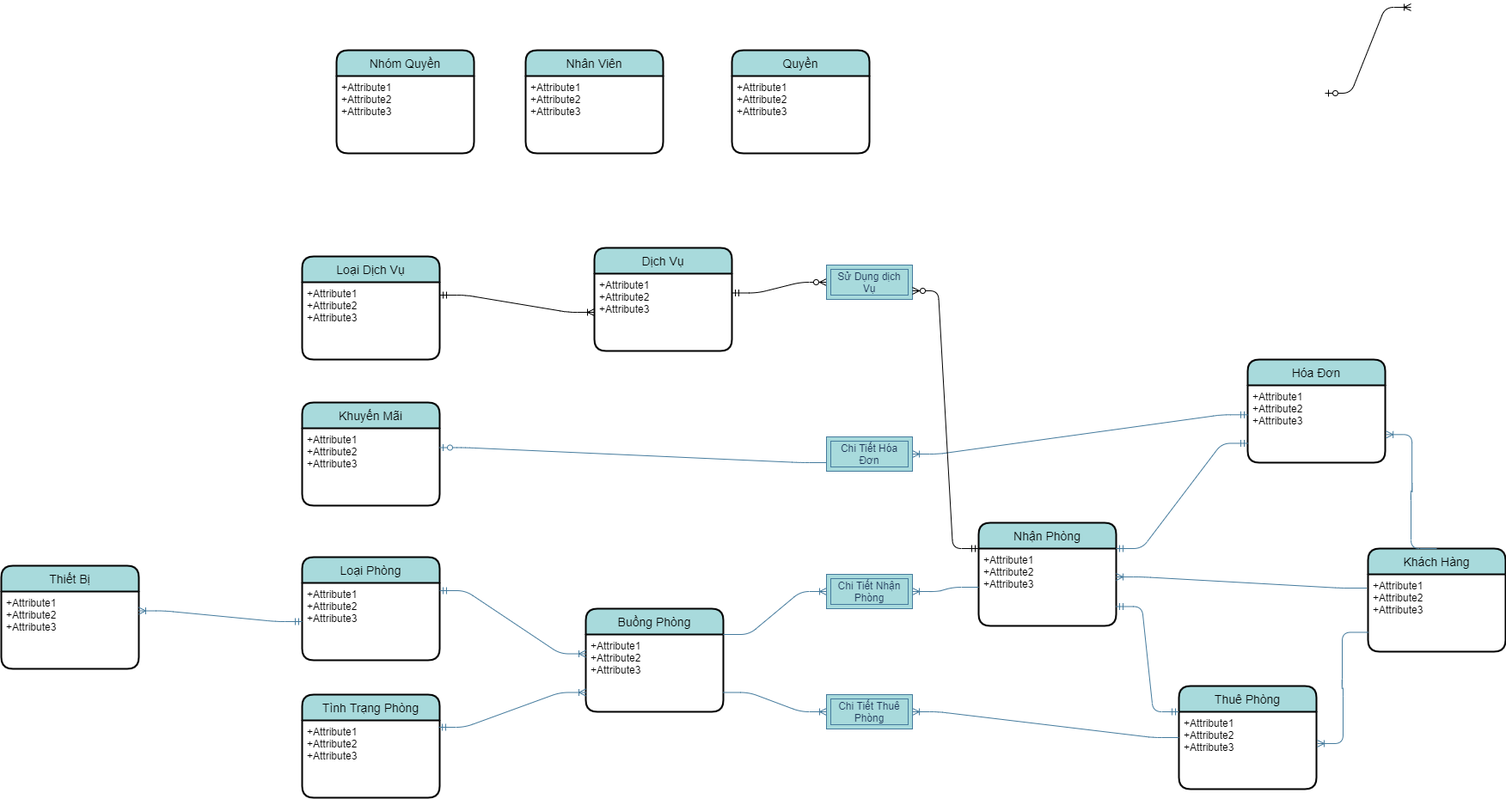
Earlier version of the draw.io export EntityRelationship-QLKS.png (maialino123/QLKS). Source tidied: cells renumbered, new cells last; positions are measured from the earlier drawing's top-left corner, leaving out a move shared by most shapes.
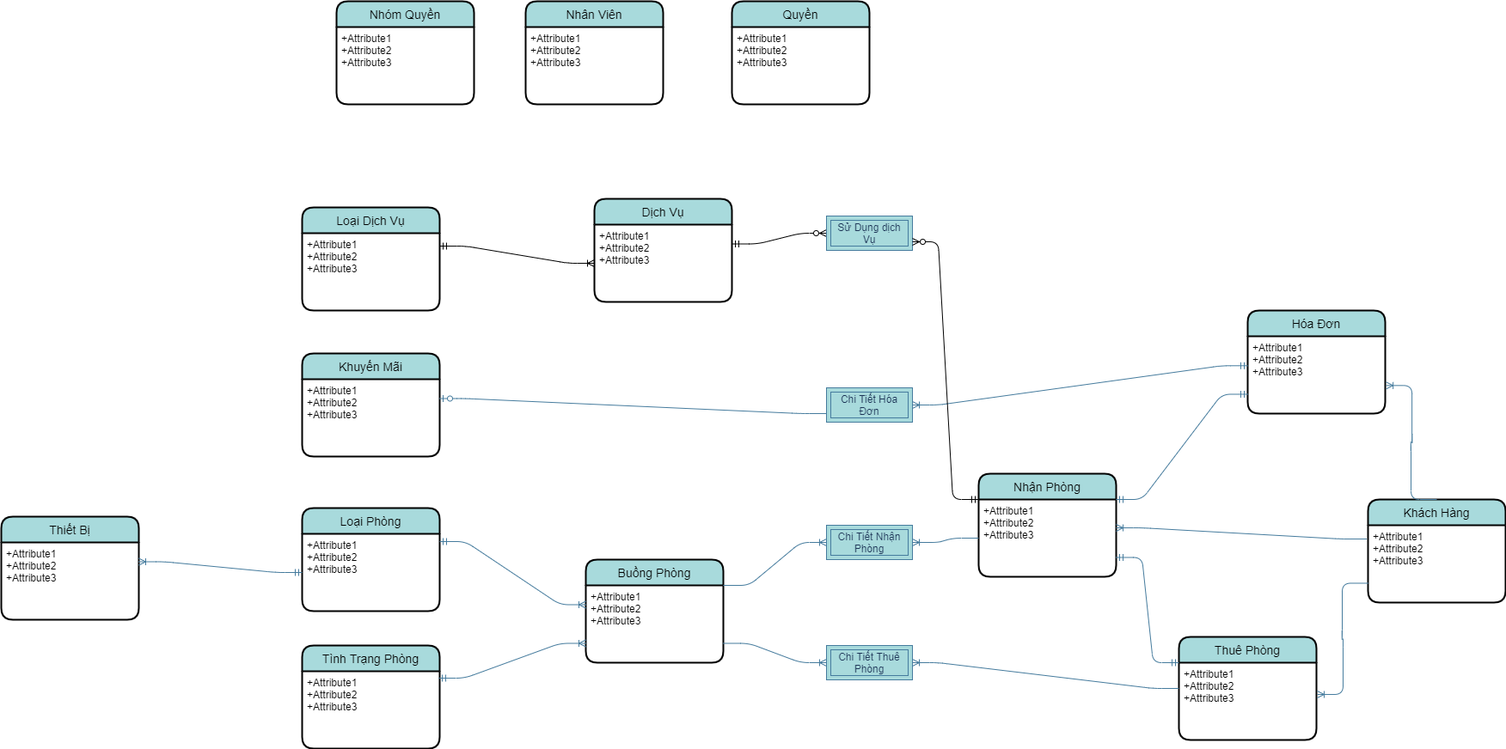
After the change.

The edit, as a diff of the source:
```diff
@@ -146,12 +146,6 @@
     <mxCell id="49" value="Sử Dụng dịch Vụ" style="shape=ext;margin=3;double=1;whiteSpace=wrap;html=1;align=center;strokeColor=#457B9D;fillColor=#A8DADC;fontColor=#1D3557;" parent="1" vertex="1">
       <mxGeometry x="960" y="300" width="100" height="40" as="geometry" />
     </mxCell>
-    <mxCell id="50" style="edgeStyle=entityRelationEdgeStyle;fontSize=12;html=1;endArrow=ERoneToMany;startArrow=ERzeroToOne;" parent="1" edge="1">
-      <mxGeometry relative="1" as="geometry">
-        <mxPoint x="1540" y="100" as="sourcePoint" />
-        <mxPoint x="1640" as="targetPoint" />
-      </mxGeometry>
-    </mxCell>
     <mxCell id="51" style="edgeStyle=entityRelationEdgeStyle;fontSize=12;html=1;endArrow=ERzeroToMany;startArrow=ERmandOne;entryX=1;entryY=0.75;entryDx=0;entryDy=0;exitX=0;exitY=0;exitDx=0;exitDy=0;" parent="1" edge="1" source="17" target="49">
       <mxGeometry relative="1" as="geometry" />
     </mxCell>
```
